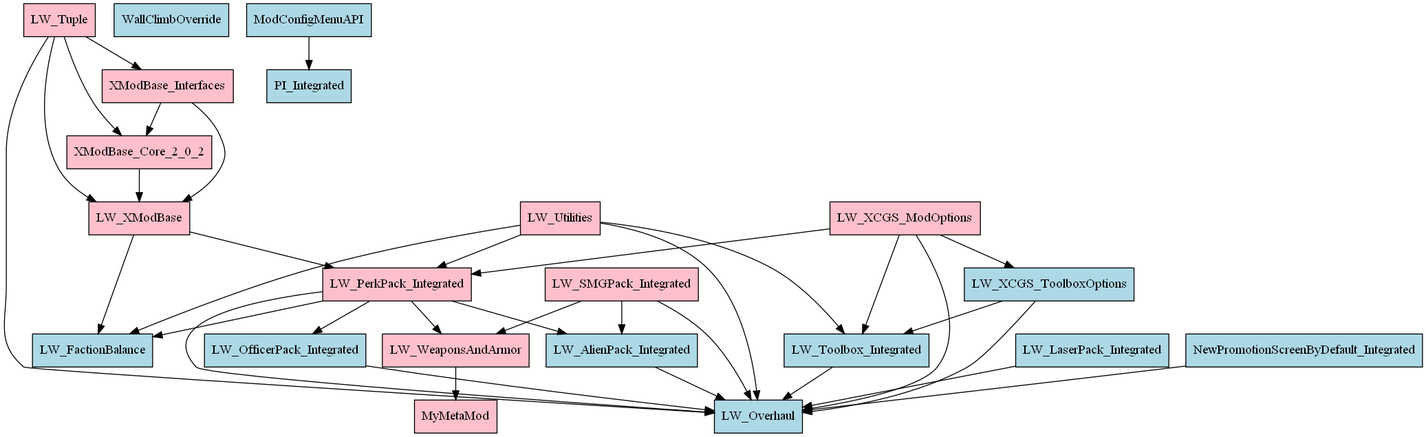
Before: static/img/load-order/metamod.png, a diagram exported from Graphviz (robojumper/robojumper.github.io). Its source is kept beside it as raw/load-order/metamod.dot.
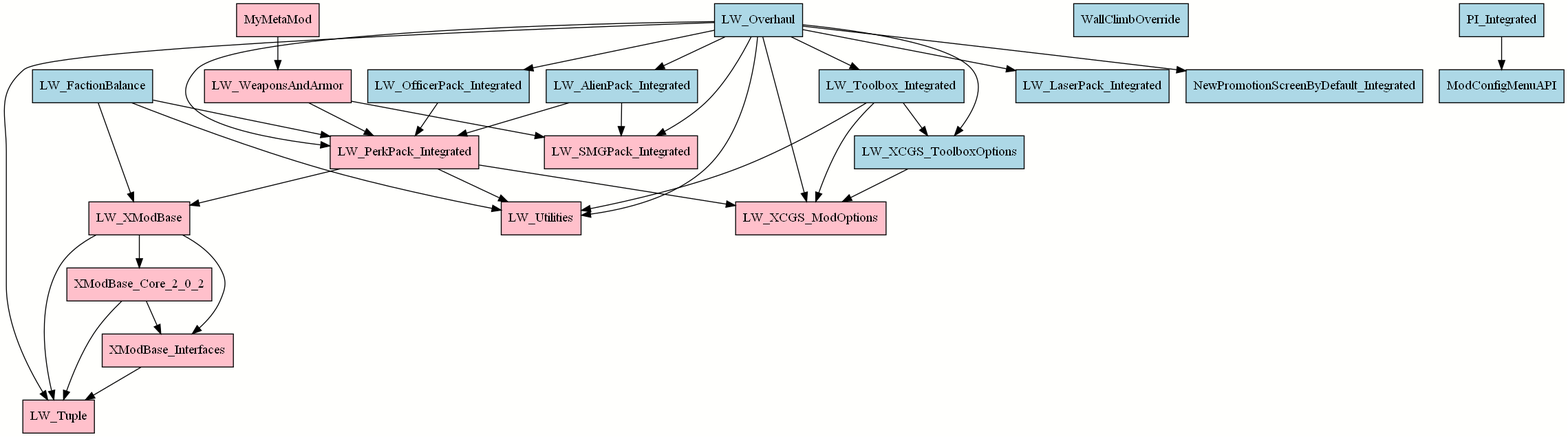
The same diagram one commit later.

What changed in the source:
```diff
@@ -2,57 +2,57 @@
     bgcolor="#fffffd";
     node [shape=box style=filled fillcolor="lightblue"];
 
-	LW_Tuple -> LW_Overhaul;
-	LW_Tuple -> LW_XModBase;
-	LW_Tuple -> XModBase_Core_2_0_2;
-	LW_Tuple -> XModBase_Interfaces;
+	LW_Overhaul -> LW_Tuple;
+	LW_XModBase -> LW_Tuple;
+	XModBase_Core_2_0_2 -> LW_Tuple;
+	XModBase_Interfaces -> LW_Tuple;
 
-	XModBase_Interfaces -> LW_XModBase;
-	XModBase_Interfaces -> XModBase_Core_2_0_2;
+	LW_XModBase -> XModBase_Interfaces;
+	XModBase_Core_2_0_2 -> XModBase_Interfaces;
 
-	XModBase_Core_2_0_2 -> LW_XModBase;
+	LW_XModBase -> XModBase_Core_2_0_2;
 
-	LW_XModBase -> LW_PerkPack_Integrated;
-	LW_XModBase -> LW_FactionBalance;
+	LW_PerkPack_Integrated -> LW_XModBase;
+	LW_FactionBalance -> LW_XModBase;
 
 	WallClimbOverride;
 
-	LW_Utilities -> LW_FactionBalance;
-	LW_Utilities -> LW_Overhaul;
-	LW_Utilities -> LW_PerkPack_Integrated;
-	LW_Utilities -> LW_Toolbox_Integrated;
+	LW_FactionBalance -> LW_Utilities;
+	LW_Overhaul -> LW_Utilities;
+	LW_PerkPack_Integrated -> LW_Utilities;
+	LW_Toolbox_Integrated -> LW_Utilities;
 
-	ModConfigMenuAPI -> PI_Integrated;
+	PI_Integrated -> ModConfigMenuAPI;
 
-	LW_XCGS_ModOptions -> LW_Overhaul;
-	LW_XCGS_ModOptions -> LW_PerkPack_Integrated;
-	LW_XCGS_ModOptions -> LW_Toolbox_Integrated;
-	LW_XCGS_ModOptions -> LW_XCGS_ToolboxOptions;
+	LW_Overhaul -> LW_XCGS_ModOptions;
+	LW_PerkPack_Integrated -> LW_XCGS_ModOptions;
+	LW_Toolbox_Integrated -> LW_XCGS_ModOptions;
+	LW_XCGS_ToolboxOptions -> LW_XCGS_ModOptions;
 
-	LW_XCGS_ToolboxOptions -> LW_Toolbox_Integrated;
-	LW_XCGS_ToolboxOptions -> LW_Overhaul;
+	LW_Toolbox_Integrated -> LW_XCGS_ToolboxOptions;
+	LW_Overhaul -> LW_XCGS_ToolboxOptions;
 
-	LW_SMGPack_Integrated -> LW_Overhaul;
-	LW_SMGPack_Integrated -> LW_AlienPack_Integrated;
-	LW_SMGPack_Integrated -> LW_WeaponsAndArmor;
+	LW_Overhaul -> LW_SMGPack_Integrated;
+	LW_AlienPack_Integrated -> LW_SMGPack_Integrated;
+	LW_WeaponsAndArmor -> LW_SMGPack_Integrated;
 
-	LW_LaserPack_Integrated -> LW_Overhaul;
+	LW_Overhaul -> LW_LaserPack_Integrated;
 
-	NewPromotionScreenByDefault_Integrated -> LW_Overhaul;
+	LW_Overhaul -> NewPromotionScreenByDefault_Integrated;
 
-	LW_PerkPack_Integrated -> LW_AlienPack_Integrated;
-	LW_PerkPack_Integrated -> LW_FactionBalance;
-	LW_PerkPack_Integrated -> LW_OfficerPack_Integrated;
-	LW_PerkPack_Integrated -> LW_Overhaul;
-	LW_PerkPack_Integrated -> LW_WeaponsAndArmor;
+	LW_AlienPack_Integrated -> LW_PerkPack_Integrated;
+	LW_FactionBalance -> LW_PerkPack_Integrated;
+	LW_OfficerPack_Integrated -> LW_PerkPack_Integrated;
+	LW_Overhaul -> LW_PerkPack_Integrated;
+	LW_WeaponsAndArmor -> LW_PerkPack_Integrated;
 
-	LW_OfficerPack_Integrated -> LW_Overhaul;
+	LW_Overhaul -> LW_OfficerPack_Integrated;
 
-	LW_AlienPack_Integrated -> LW_Overhaul;
+	LW_Overhaul -> LW_AlienPack_Integrated;
 
-	LW_Toolbox_Integrated -> LW_Overhaul;
+	LW_Overhaul -> LW_Toolbox_Integrated;
 
-	LW_WeaponsAndArmor -> MyMetaMod;
+	MyMetaMod -> LW_WeaponsAndArmor;
 
 	MyMetaMod [fillcolor="pink"];
 	LW_WeaponsAndArmor [fillcolor="pink"];
```
